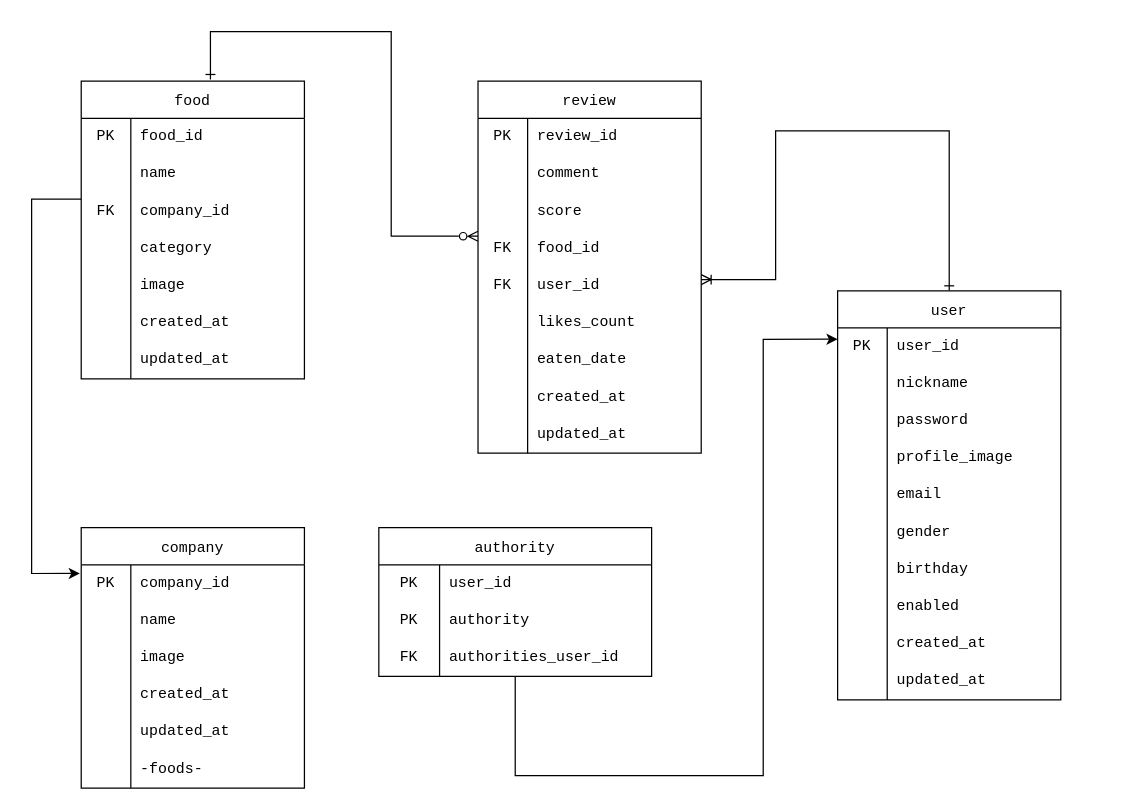
This is ERD.drawio from Bluewind8791/mukcha, a draw.io file, before an edit. Source tidied: cells renumbered, new cells numbered last; positions are measured from the earlier drawing's top-left corner, leaving out a move shared by most shapes. Both pictures are drawn from the tidied source at 124%, with x=0, y=0 at pixel (31, 31).
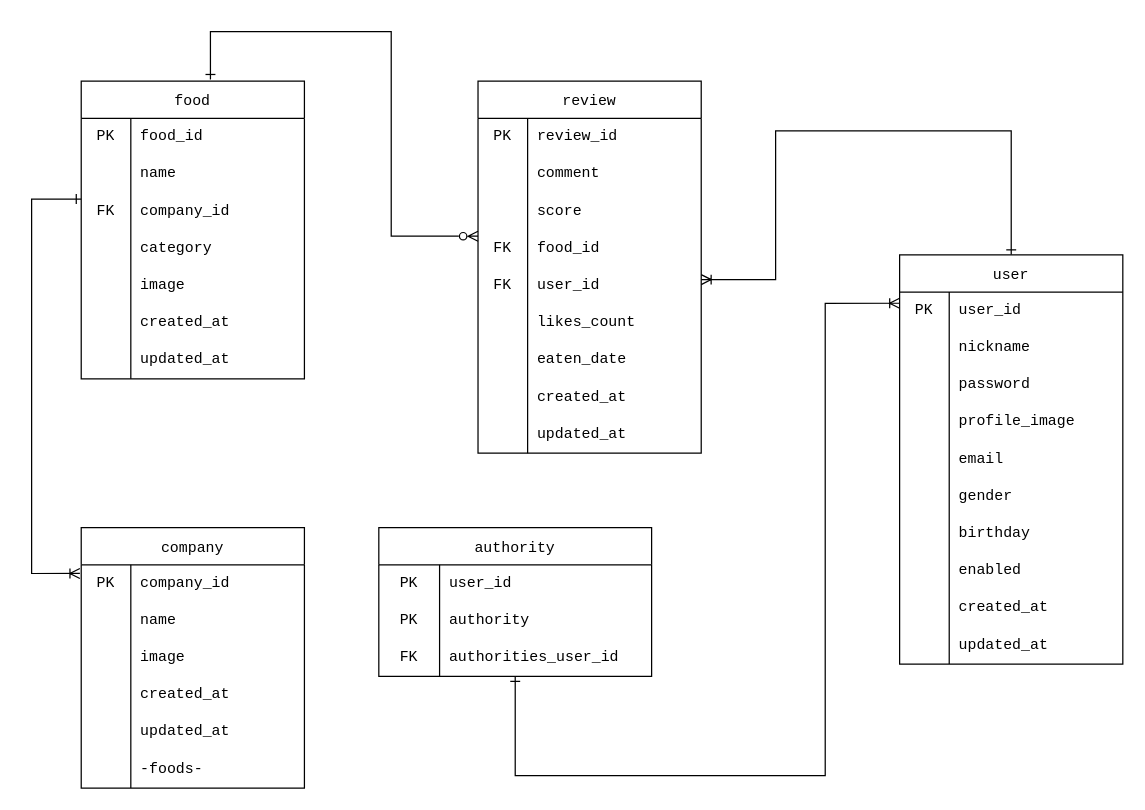
Above is the later version.

Unchanged cells that the change refers to:
```xml
<mxCell id="9" style="shape=tableRow;horizontal=0;startSize=0;swimlaneHead=0;swimlaneBody=0;top=0;left=0;bottom=0;right=0;fillColor=none;points=[[0,0.5],[1,0.5]];portConstraint=eastwest;fontFamily=Courier New;labelBackgroundColor=none;fontColor=default;fontStyle=0;fontSize=12;" parent="2" vertex="1">
  <mxGeometry y="90" width="180" height="30" as="geometry" />
</mxCell>
<mxCell id="25" style="shape=tableRow;horizontal=0;startSize=0;swimlaneHead=0;swimlaneBody=0;top=0;left=0;bottom=0;right=0;fillColor=none;points=[[0,0.5],[1,0.5]];portConstraint=eastwest;fontFamily=Courier New;labelBackgroundColor=none;fontColor=default;fontStyle=0;fontSize=12;" parent="24" vertex="1">
  <mxGeometry y="30" width="180" height="30" as="geometry" />
</mxCell>
<mxCell id="45" style="shape=tableRow;horizontal=0;startSize=0;swimlaneHead=0;swimlaneBody=0;top=0;left=0;bottom=0;right=0;fillColor=none;points=[[0,0.5],[1,0.5]];portConstraint=eastwest;fontFamily=Courier New;labelBackgroundColor=none;fontColor=default;fontStyle=0;fontSize=12;" parent="44" vertex="1">
  <mxGeometry y="30" width="180" height="30" as="geometry" />
</mxCell>
<mxCell id="88" style="shape=tableRow;horizontal=0;startSize=0;swimlaneHead=0;swimlaneBody=0;top=0;left=0;bottom=0;right=0;fillColor=none;points=[[0,0.5],[1,0.5]];portConstraint=eastwest;fontFamily=Courier New;labelBackgroundColor=none;fontColor=default;fontStyle=0;fontSize=12;" parent="75" vertex="1">
  <mxGeometry y="150" width="180" height="30" as="geometry" />
</mxCell>
<mxCell id="112" style="shape=tableRow;horizontal=0;startSize=0;swimlaneHead=0;swimlaneBody=0;top=0;left=0;bottom=0;right=0;fillColor=none;points=[[0,0.5],[1,0.5]];portConstraint=eastwest;fontFamily=Courier New;labelBackgroundColor=none;fontColor=default;fontStyle=0;fontSize=12;" parent="105" vertex="1">
  <mxGeometry y="90" width="220" height="30" as="geometry" />
</mxCell>
```

Change to the diagram source:
```diff
@@
     <mxCell id="43" style="edgeStyle=orthogonalEdgeStyle;rounded=0;jettySize=auto;html=1;startArrow=ERone;startFill=0;endArrow=ERoneToMany;endFill=0;fontFamily=Courier New;labelBackgroundColor=none;fontColor=default;fontStyle=0;fontSize=12;" parent="1" edge="1" source="44" target="88">
       <mxGeometry relative="1" as="geometry">
         <Array as="points">
-          <mxPoint x="740" y="80" />
+          <mxPoint x="790" y="80" />
           <mxPoint x="600" y="80" />
           <mxPoint x="600" y="200" />
         </Array>
       </mxGeometry>
     </mxCell>
     <mxCell id="44" value="user" style="shape=table;startSize=30;childLayout=tableLayout;rowLines=0;fontStyle=0;fontFamily=Courier New;labelBackgroundColor=none;fontColor=default;fontSize=12;" parent="1" vertex="1">
-      <mxGeometry x="650" y="209" width="180" height="330" as="geometry" />
+      <mxGeometry x="700" y="180" width="180" height="330" as="geometry" />
     </mxCell>
@@
-    <mxCell id="104" style="edgeStyle=orthogonalEdgeStyle;rounded=0;jettySize=auto;html=1;entryX=-0.006;entryY=0.233;entryDx=0;entryDy=0;entryPerimeter=0;fontFamily=Courier New;labelBackgroundColor=none;fontColor=default;fontStyle=0;fontSize=12;" parent="1" edge="1" source="9" target="25">
+    <mxCell id="104" style="edgeStyle=orthogonalEdgeStyle;rounded=0;jettySize=auto;html=1;entryX=-0.006;entryY=0.233;entryDx=0;entryDy=0;entryPerimeter=0;fontFamily=Courier New;labelBackgroundColor=none;fontColor=default;fontStyle=0;fontSize=12;endArrow=ERoneToMany;endFill=0;startArrow=ERone;startFill=0;" parent="1" edge="1" source="9" target="25">
       <mxGeometry relative="1" as="geometry">
         <Array as="points">
           <mxPoint y="135" />
           <mxPoint y="437" />
         </Array>
       </mxGeometry>
     </mxCell>
@@
-    <mxCell id="115" style="edgeStyle=orthogonalEdgeStyle;rounded=0;jettySize=auto;html=1;entryX=0;entryY=0.302;entryDx=0;entryDy=0;entryPerimeter=0;" parent="1" edge="1" source="112" target="45">
+    <mxCell id="115" style="edgeStyle=orthogonalEdgeStyle;rounded=0;jettySize=auto;html=1;entryX=0;entryY=0.302;entryDx=0;entryDy=0;entryPerimeter=0;endArrow=ERoneToMany;endFill=0;startArrow=ERone;startFill=0;" parent="1" edge="1" source="112" target="45">
       <mxGeometry relative="1" as="geometry">
         <Array as="points">
           <mxPoint x="390" y="600" />
-          <mxPoint x="590" y="600" />
-          <mxPoint x="590" y="248" />
+          <mxPoint x="640" y="600" />
+          <mxPoint x="640" y="219" />
         </Array>
       </mxGeometry>
     </mxCell>
```
